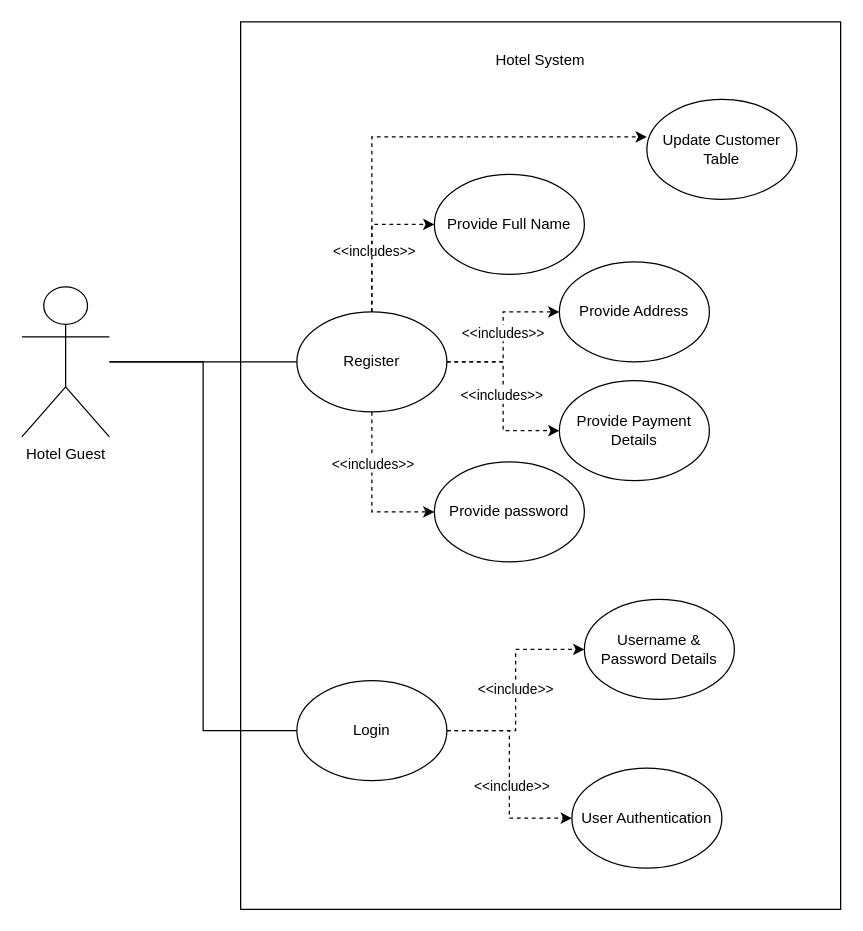
Earlier version of the draw.io diagram Diagrams/UseCase/LoginRegistration.drawio (mclhtay/CS4471). Source tidied: cells renumbered, new cells numbered last; positions are measured from the earlier drawing's top-left corner, leaving out a move shared by most shapes. Both pictures are drawn from the tidied source at 125%, with x=0, y=0 at pixel (21, 21).
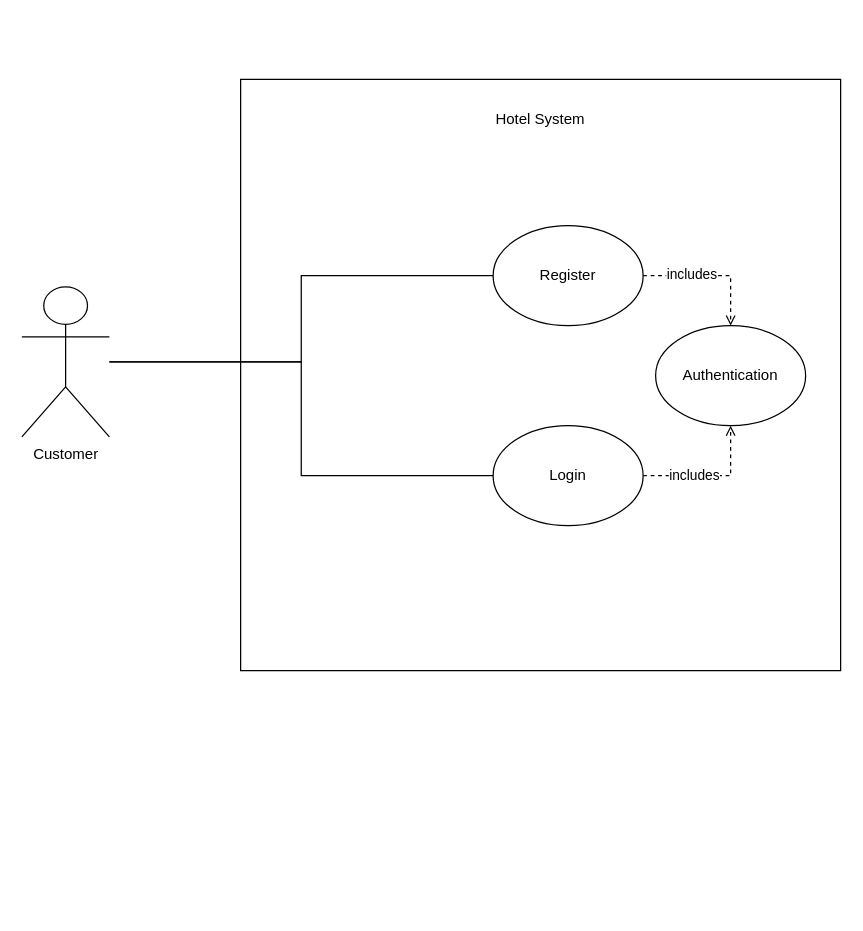
The same page after the edit.

Commit message:
updated login registration usecase

What changed in the source:
```diff
@@
     <mxCell id="2" style="rounded=0;whiteSpace=wrap;html=1;" parent="1" vertex="1">
-      <mxGeometry x="175" width="480" height="710" as="geometry" />
+      <mxGeometry x="175" y="46" width="480" height="473" as="geometry" />
     </mxCell>
@@
-    <mxCell id="5" value="Hotel Guest" style="shape=umlActor;verticalLabelPosition=bottom;verticalAlign=top;html=1;outlineConnect=0;" parent="1" vertex="1">
+    <mxCell id="5" value="Customer" style="shape=umlActor;verticalLabelPosition=bottom;verticalAlign=top;html=1;outlineConnect=0;" parent="1" vertex="1">
       <mxGeometry y="212" width="70" height="120" as="geometry" />
     </mxCell>
     <mxCell id="6" value="Hotel System" style="text;html=1;strokeColor=none;fillColor=none;align=center;verticalAlign=middle;whiteSpace=wrap;rounded=0;" parent="1" vertex="1">
-      <mxGeometry x="350" y="16" width="130" height="30" as="geometry" />
+      <mxGeometry x="350" y="63" width="130" height="30" as="geometry" />
     </mxCell>
-    <mxCell id="7" value="&amp;lt;&amp;lt;include&amp;gt;&amp;gt;" style="edgeStyle=orthogonalEdgeStyle;rounded=0;jettySize=auto;html=1;exitX=1;exitY=0.5;exitDx=0;exitDy=0;entryX=0;entryY=0.5;entryDx=0;entryDy=0;dashed=1;" parent="1" edge="1" source="10" target="22">
-      <mxGeometry relative="1" as="geometry" />
-    </mxCell>
-    <mxCell id="8" style="edgeStyle=orthogonalEdgeStyle;rounded=0;jettySize=auto;html=1;exitX=1;exitY=0.5;exitDx=0;exitDy=0;entryX=0;entryY=0.5;entryDx=0;entryDy=0;dashed=1;" parent="1" edge="1" source="10" target="21">
-      <mxGeometry relative="1" as="geometry">
-        <Array as="points">
-          <mxPoint x="390" y="567" />
-          <mxPoint x="390" y="637" />
-        </Array>
-      </mxGeometry>
-    </mxCell>
-    <mxCell id="9" value="&amp;lt;&amp;lt;include&amp;gt;&amp;gt;" style="edgeLabel;html=1;align=center;verticalAlign=middle;" parent="8" vertex="1">
-      <mxGeometry x="0.1" y="1" relative="1" as="geometry" />
-    </mxCell>
+    <mxCell id="28" style="edgeStyle=orthogonalEdgeStyle;rounded=0;jettySize=auto;html=1;entryX=0.5;entryY=1;entryDx=0;entryDy=0;dashed=1;endArrow=open;endFill=0;" parent="1" edge="1" source="10" target="32">
+      <mxGeometry relative="1" as="geometry" />
+    </mxCell>
+    <mxCell id="29" value="includes" style="edgeLabel;html=1;align=center;verticalAlign=middle;" parent="28" vertex="1">
+      <mxGeometry x="-0.27" y="1" relative="1" as="geometry" />
+    </mxCell>
     <mxCell id="10" value="Login" style="ellipse;whiteSpace=wrap;html=1;" parent="1" vertex="1">
-      <mxGeometry x="220" y="527" width="120" height="80" as="geometry" />
+      <mxGeometry x="377" y="323" width="120" height="80" as="geometry" />
     </mxCell>
-    <mxCell id="11" style="edgeStyle=orthogonalEdgeStyle;rounded=0;jettySize=auto;html=1;entryX=0;entryY=0.5;entryDx=0;entryDy=0;dashed=1;" parent="1" edge="1" source="20" target="23">
-      <mxGeometry relative="1" as="geometry" />
-    </mxCell>
-    <mxCell id="12" value="&amp;lt;&amp;lt;includes&amp;gt;&amp;gt;" style="edgeLabel;html=1;align=center;verticalAlign=middle;" parent="11" vertex="1">
-      <mxGeometry x="-0.18" y="-1" relative="1" as="geometry" />
-    </mxCell>
-    <mxCell id="13" style="edgeStyle=orthogonalEdgeStyle;rounded=0;jettySize=auto;html=1;exitX=1;exitY=0.5;exitDx=0;exitDy=0;entryX=0;entryY=0.5;entryDx=0;entryDy=0;dashed=1;" parent="1" edge="1" source="20" target="24">
-      <mxGeometry relative="1" as="geometry" />
-    </mxCell>
-    <mxCell id="14" value="&amp;lt;&amp;lt;includes&amp;gt;&amp;gt;" style="edgeLabel;html=1;align=center;verticalAlign=middle;" parent="13" vertex="1">
-      <mxGeometry x="0.06" y="1" relative="1" as="geometry" />
-    </mxCell>
-    <mxCell id="15" style="edgeStyle=orthogonalEdgeStyle;rounded=0;jettySize=auto;html=1;exitX=1;exitY=0.5;exitDx=0;exitDy=0;dashed=1;" parent="1" edge="1" source="20" target="25">
-      <mxGeometry relative="1" as="geometry" />
-    </mxCell>
-    <mxCell id="16" value="&amp;lt;&amp;lt;includes&amp;gt;&amp;gt;" style="edgeLabel;html=1;align=center;verticalAlign=middle;" parent="15" vertex="1">
-      <mxGeometry x="-0.02" y="-2" relative="1" as="geometry" />
-    </mxCell>
-    <mxCell id="17" style="edgeStyle=orthogonalEdgeStyle;rounded=0;jettySize=auto;html=1;exitX=0.5;exitY=1;exitDx=0;exitDy=0;entryX=0;entryY=0.5;entryDx=0;entryDy=0;dashed=1;" parent="1" edge="1" source="20" target="26">
-      <mxGeometry relative="1" as="geometry" />
-    </mxCell>
-    <mxCell id="18" value="&amp;lt;&amp;lt;includes&amp;gt;&amp;gt;" style="edgeLabel;html=1;align=center;verticalAlign=middle;" parent="17" vertex="1">
-      <mxGeometry x="-0.37" relative="1" as="geometry" />
-    </mxCell>
-    <mxCell id="19" style="edgeStyle=orthogonalEdgeStyle;rounded=0;jettySize=auto;html=1;exitX=0.5;exitY=0;exitDx=0;exitDy=0;entryX=0;entryY=0.375;entryDx=0;entryDy=0;entryPerimeter=0;dashed=1;" parent="1" edge="1" source="20" target="27">
-      <mxGeometry relative="1" as="geometry" />
-    </mxCell>
+    <mxCell id="30" style="edgeStyle=orthogonalEdgeStyle;rounded=0;jettySize=auto;html=1;entryX=0.5;entryY=0;entryDx=0;entryDy=0;dashed=1;endArrow=open;endFill=0;" parent="1" edge="1" source="20" target="32">
+      <mxGeometry relative="1" as="geometry" />
+    </mxCell>
+    <mxCell id="31" value="includes" style="edgeLabel;html=1;align=center;verticalAlign=middle;" parent="30" vertex="1">
+      <mxGeometry x="-0.31" y="2" relative="1" as="geometry" />
+    </mxCell>
     <mxCell id="20" value="Register" style="ellipse;whiteSpace=wrap;html=1;" parent="1" vertex="1">
-      <mxGeometry x="220" y="232" width="120" height="80" as="geometry" />
+      <mxGeometry x="377" y="163" width="120" height="80" as="geometry" />
     </mxCell>
-    <mxCell id="21" value="User Authentication" style="ellipse;whiteSpace=wrap;html=1;" parent="1" vertex="1">
-      <mxGeometry x="440" y="597" width="120" height="80" as="geometry" />
-    </mxCell>
-    <mxCell id="22" value="Username &amp;amp; Password Details" style="ellipse;whiteSpace=wrap;html=1;" parent="1" vertex="1">
-      <mxGeometry x="450" y="462" width="120" height="80" as="geometry" />
-    </mxCell>
-    <mxCell id="23" value="Provide Full Name" style="ellipse;whiteSpace=wrap;html=1;" parent="1" vertex="1">
-      <mxGeometry x="330" y="122" width="120" height="80" as="geometry" />
-    </mxCell>
-    <mxCell id="24" value="Provide Address" style="ellipse;whiteSpace=wrap;html=1;" parent="1" vertex="1">
-      <mxGeometry x="430" y="192" width="120" height="80" as="geometry" />
-    </mxCell>
-    <mxCell id="25" value="Provide Payment Details" style="ellipse;whiteSpace=wrap;html=1;" parent="1" vertex="1">
-      <mxGeometry x="430" y="287" width="120" height="80" as="geometry" />
-    </mxCell>
-    <mxCell id="26" value="Provide password" style="ellipse;whiteSpace=wrap;html=1;" parent="1" vertex="1">
-      <mxGeometry x="330" y="352" width="120" height="80" as="geometry" />
-    </mxCell>
-    <mxCell id="27" value="Update Customer Table" style="ellipse;whiteSpace=wrap;html=1;" parent="1" vertex="1">
-      <mxGeometry x="500" y="62" width="120" height="80" as="geometry" />
-    </mxCell>
+    <mxCell id="32" value="Authentication" style="ellipse;whiteSpace=wrap;html=1;" parent="1" vertex="1">
+      <mxGeometry x="507" y="243" width="120" height="80" as="geometry" />
+    </mxCell>
```
